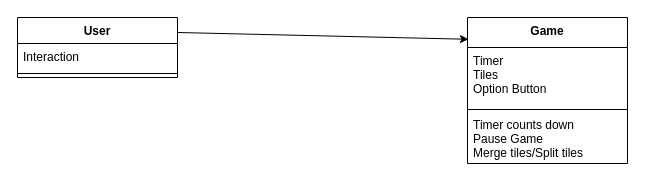
This is DomainModel.drawio.xml from H-A-W-K-S/Project, a draw.io file, before an edit. Source tidied: cells renumbered, new cells numbered last; positions are measured from the earlier drawing's top-left corner, leaving out a move shared by most shapes. Both pictures are drawn from the tidied source at 100%, with x=0, y=0 at pixel (17, 17).
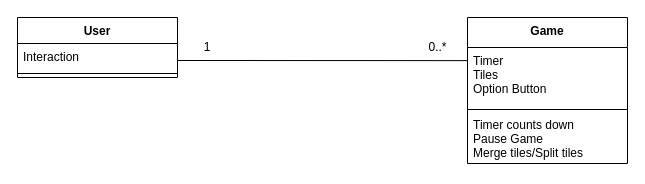
Above is the later version.

What changed in the source:
```diff
@@
 <mxGraphModel>
   <root>
     <mxCell id="0" />
     <mxCell id="1" parent="0" />
     <mxCell id="2" value="Game" style="swimlane;fontStyle=1;align=center;verticalAlign=top;horizontal=1;startSize=30;" parent="1" vertex="1">
       <mxGeometry x="450" width="160" height="146" as="geometry" />
     </mxCell>
     <mxCell id="3" value="Timer&#10;Tiles&#10;Option Button" style="text;strokeColor=none;fillColor=none;align=left;verticalAlign=top;spacingLeft=4;spacingRight=4;overflow=hidden;points=[[0,0.5],[1,0.5]];portConstraint=eastwest;" parent="2" vertex="1">
       <mxGeometry y="30" width="160" height="60" as="geometry" />
     </mxCell>
     <mxCell id="4" style="line;strokeWidth=1;fillColor=none;align=left;verticalAlign=middle;spacingTop=-1;spacingLeft=3;spacingRight=3;labelPosition=right;strokeColor=inherit;" parent="2" vertex="1">
       <mxGeometry y="90" width="160" height="4" as="geometry" />
     </mxCell>
     <mxCell id="5" value="Timer counts down&#10;Pause Game&#10;Merge tiles/Split tiles" style="text;strokeColor=none;fillColor=none;align=left;verticalAlign=top;spacingLeft=4;spacingRight=4;overflow=hidden;" parent="2" vertex="1">
       <mxGeometry y="94" width="160" height="52" as="geometry" />
     </mxCell>
     <mxCell id="6" value="User" style="swimlane;fontStyle=1;align=center;verticalAlign=top;horizontal=1;startSize=26;" parent="1" vertex="1">
       <mxGeometry width="160" height="60" as="geometry" />
     </mxCell>
     <mxCell id="7" value="Interaction" style="text;strokeColor=none;fillColor=none;align=left;verticalAlign=top;spacingLeft=4;spacingRight=4;overflow=hidden;" parent="6" vertex="1">
       <mxGeometry y="26" width="160" height="26" as="geometry" />
     </mxCell>
     <mxCell id="8" style="line;strokeWidth=1;fillColor=none;align=left;verticalAlign=middle;spacingTop=-1;spacingLeft=3;spacingRight=3;labelPosition=right;strokeColor=inherit;" parent="6" vertex="1">
       <mxGeometry y="52" width="160" height="8" as="geometry" />
     </mxCell>
-    <mxCell id="9" style="endArrow=classic;html=1;rounded=0;entryX=0.006;entryY=-0.137;entryDx=0;entryDy=0;entryPerimeter=0;exitX=1;exitY=0.25;exitDx=0;exitDy=0;" parent="1" edge="1" source="6" target="3">
-      <mxGeometry relative="1" as="geometry" />
-    </mxCell>
+    <mxCell id="10" style="endArrow=none;html=1;rounded=0;entryX=0.001;entryY=0.219;entryDx=0;entryDy=0;entryPerimeter=0;" parent="1" edge="1" target="3">
+      <mxGeometry relative="1" as="geometry">
+        <mxPoint x="160" y="43" as="sourcePoint" />
+      </mxGeometry>
+    </mxCell>
+    <mxCell id="11" value="1" style="text;html=1;strokeColor=none;fillColor=none;align=center;verticalAlign=middle;whiteSpace=wrap;rounded=0;" parent="1" vertex="1">
+      <mxGeometry x="160" y="15" width="60" height="30" as="geometry" />
+    </mxCell>
+    <mxCell id="12" value="0..*" style="text;html=1;align=center;verticalAlign=middle;strokeColor=none;fillColor=none;" parent="1" vertex="1">
+      <mxGeometry x="400" y="15" width="40" height="30" as="geometry" />
+    </mxCell>
   </root>
 </mxGraphModel>
```
